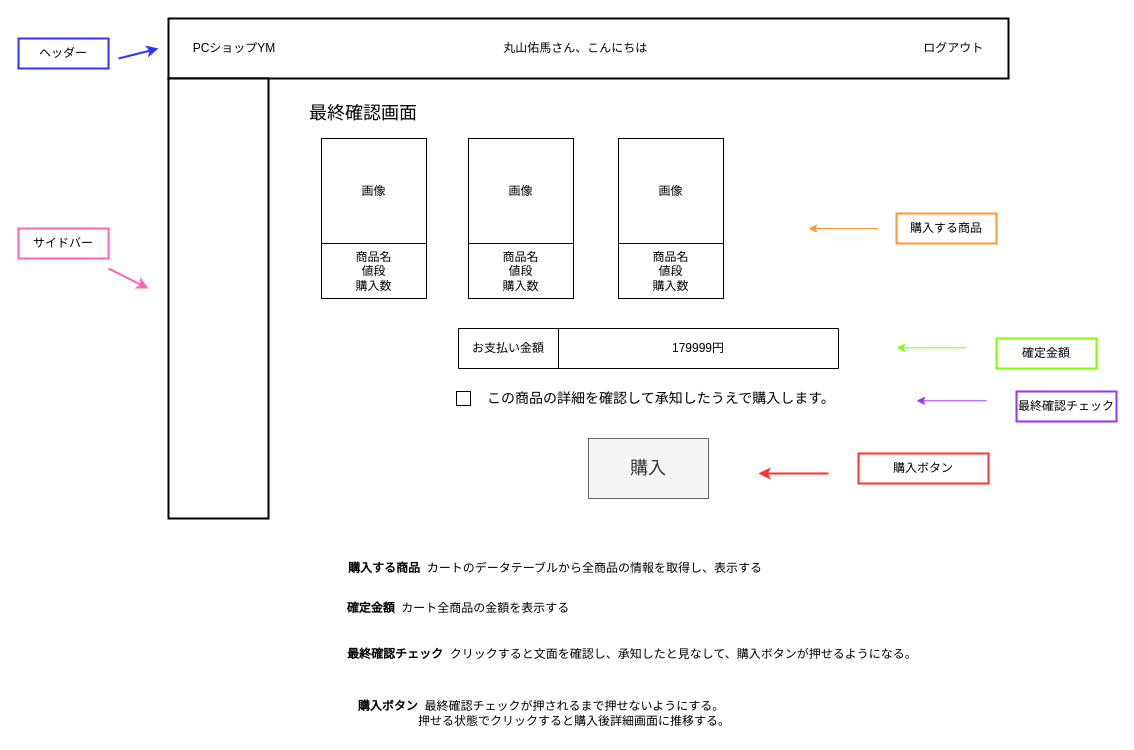
Before: page "最終確認画面" (7 of 25) of src/main/resources/templates/shopping/Untitled Diagram.drawio in YumaMaruyama/ITworksTRYshopping, a draw.io diagram. Source tidied: cells renumbered, new cells numbered last; positions are measured from the earlier drawing's top-left corner, leaving out a move shared by most shapes. Both pictures are drawn from the tidied source at 100%, with x=0, y=0 at pixel (18, 18).
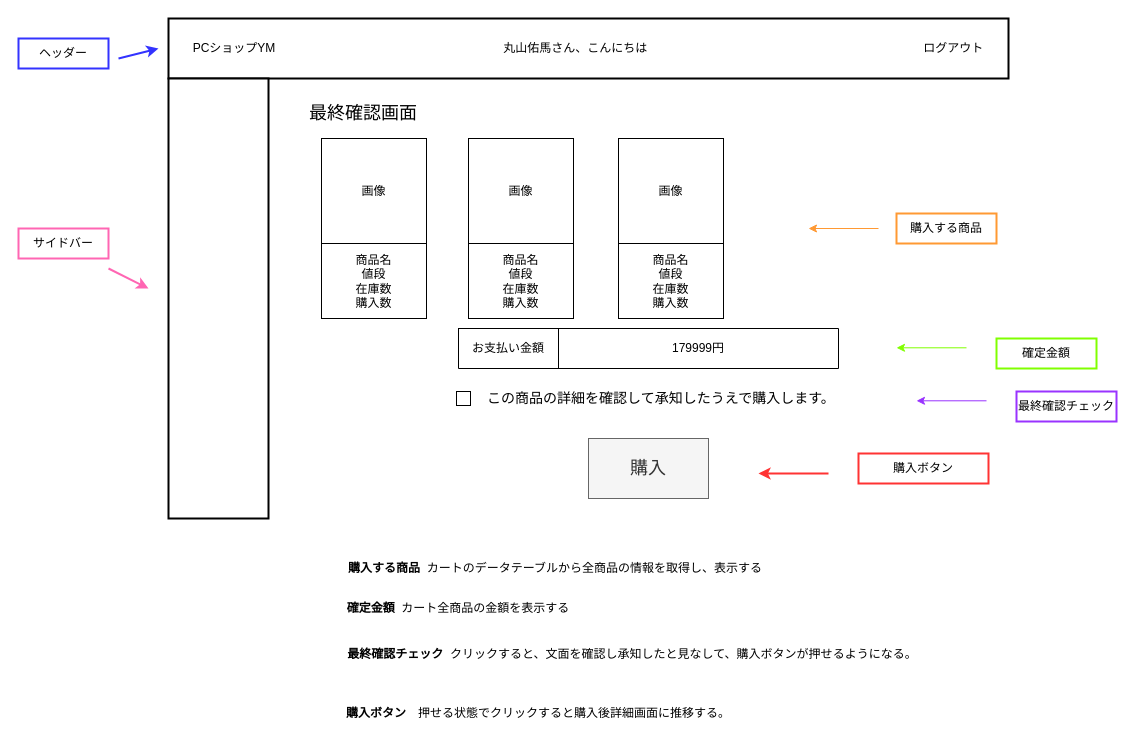
The same page after the edit.

Diff of the diagram source:
```diff
@@
-    <mxCell id="10" value="&lt;span&gt;商品名&lt;br&gt;&lt;/span&gt;値段&lt;br&gt;購入数" style="rounded=0;whiteSpace=wrap;html=1;align=center;" parent="1" vertex="1">
-      <mxGeometry x="303" y="225" width="105" height="55" as="geometry" />
+    <mxCell id="10" value="&lt;span&gt;商品名&lt;br&gt;&lt;/span&gt;値段&lt;br&gt;在庫数&lt;br&gt;購入数&lt;br&gt;" style="rounded=0;whiteSpace=wrap;html=1;align=center;" parent="1" vertex="1">
+      <mxGeometry x="303" y="225" width="105" height="75" as="geometry" />
     </mxCell>
@@
-    <mxCell id="12" value="&lt;span&gt;商品名&lt;br&gt;&lt;/span&gt;値段&lt;br&gt;購入数" style="rounded=0;whiteSpace=wrap;html=1;align=center;" parent="1" vertex="1">
-      <mxGeometry x="600" y="225" width="105" height="55" as="geometry" />
+    <mxCell id="12" value="&lt;span&gt;商品名&lt;br&gt;&lt;/span&gt;値段&lt;br&gt;在庫数&lt;br&gt;購入数" style="rounded=0;whiteSpace=wrap;html=1;align=center;" parent="1" vertex="1">
+      <mxGeometry x="600" y="225" width="105" height="75" as="geometry" />
     </mxCell>
@@
-    <mxCell id="14" value="&lt;span&gt;商品名&lt;br&gt;&lt;/span&gt;値段&lt;br&gt;購入数" style="rounded=0;whiteSpace=wrap;html=1;align=center;" parent="1" vertex="1">
-      <mxGeometry x="450" y="225" width="105" height="55" as="geometry" />
+    <mxCell id="14" value="&lt;span&gt;商品名&lt;br&gt;&lt;/span&gt;値段&lt;br&gt;在庫数&lt;br&gt;購入数" style="rounded=0;whiteSpace=wrap;html=1;align=center;" parent="1" vertex="1">
+      <mxGeometry x="450" y="225" width="105" height="75" as="geometry" />
     </mxCell>
@@
-    <mxCell id="24" value="&lt;b&gt;最終確認チェック&lt;/b&gt;&lt;span style=&quot;white-space: pre&quot;&gt; &lt;span style=&quot;white-space: pre&quot;&gt; &lt;/span&gt;クリック&lt;/span&gt;すると文面を確認し、承知したと見なして、購入ボタンが押せるようになる。" style="text;html=1;strokeColor=none;fillColor=none;align=center;verticalAlign=middle;whiteSpace=wrap;rounded=0;" parent="1" vertex="1">
+    <mxCell id="24" value="&lt;b&gt;最終確認チェック&lt;/b&gt;&lt;span style=&quot;white-space: pre&quot;&gt; &lt;span style=&quot;white-space: pre&quot;&gt; &lt;/span&gt;クリック&lt;/span&gt;すると、文面を確認し承知したと見なして、購入ボタンが押せるようになる。" style="text;html=1;strokeColor=none;fillColor=none;align=center;verticalAlign=middle;whiteSpace=wrap;rounded=0;" parent="1" vertex="1">
       <mxGeometry x="324" y="616" width="580" height="40" as="geometry" />
     </mxCell>
-    <mxCell id="25" value="&lt;b&gt;購入ボタン&lt;/b&gt;&lt;span style=&quot;white-space: pre&quot;&gt; &lt;span style=&quot;white-space: pre&quot;&gt; &lt;/span&gt;最終確認チェック&lt;/span&gt;が押されるまで押せないようにする。　&lt;br&gt;　　　　　　押せる状態でクリックすると購入後詳細画面に推移する。" style="text;html=1;strokeColor=none;fillColor=none;align=center;verticalAlign=middle;whiteSpace=wrap;rounded=0;" parent="1" vertex="1">
+    <mxCell id="25" value="&lt;b&gt;購入ボタン　&lt;/b&gt;押せる状態でクリックすると購入後詳細画面に推移する。" style="text;html=1;strokeColor=none;fillColor=none;align=center;verticalAlign=middle;whiteSpace=wrap;rounded=0;" parent="1" vertex="1">
       <mxGeometry x="150" y="675" width="740" height="40" as="geometry" />
     </mxCell>
```
